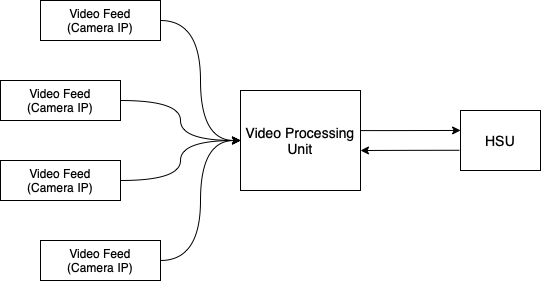
The draw.io diagram imgs/HS.png in charles-eyes-ba/video-processing-unit, before a commit. Source tidied: cells renumbered, new cells last; positions are measured from the earlier drawing's top-left corner, leaving out a move shared by most shapes.
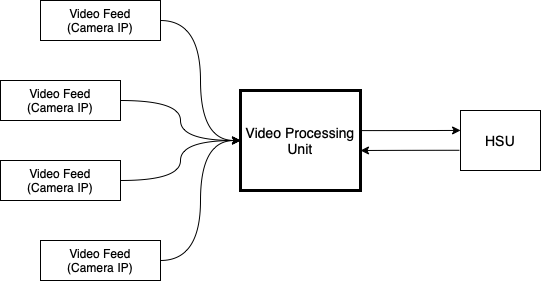
Above is the later version.

What changed in the source:
```diff
@@ -29,7 +29,7 @@
     <mxCell id="10" style="edgeStyle=orthogonalEdgeStyle;curved=1;rounded=0;jettySize=auto;html=1;entryX=0.001;entryY=0.332;entryDx=0;entryDy=0;fontSize=14;entryPerimeter=0;exitX=1.001;exitY=0.401;exitDx=0;exitDy=0;exitPerimeter=0;" parent="1" edge="1" source="11" target="13">
       <mxGeometry relative="1" as="geometry" />
     </mxCell>
-    <mxCell id="11" value="Video Processing Unit" style="rounded=0;whiteSpace=wrap;html=1;fontSize=14;" parent="1" vertex="1">
+    <mxCell id="11" value="Video Processing Unit" style="rounded=0;whiteSpace=wrap;html=1;fontSize=14;strokeWidth=3;" parent="1" vertex="1">
       <mxGeometry x="240" y="90" width="120" height="100" as="geometry" />
     </mxCell>
     <mxCell id="12" style="edgeStyle=orthogonalEdgeStyle;curved=1;rounded=0;jettySize=auto;html=1;entryX=1;entryY=0.6;entryDx=0;entryDy=0;entryPerimeter=0;fontSize=14;exitX=-0.013;exitY=0.663;exitDx=0;exitDy=0;exitPerimeter=0;" parent="1" edge="1" source="13" target="11">
```
